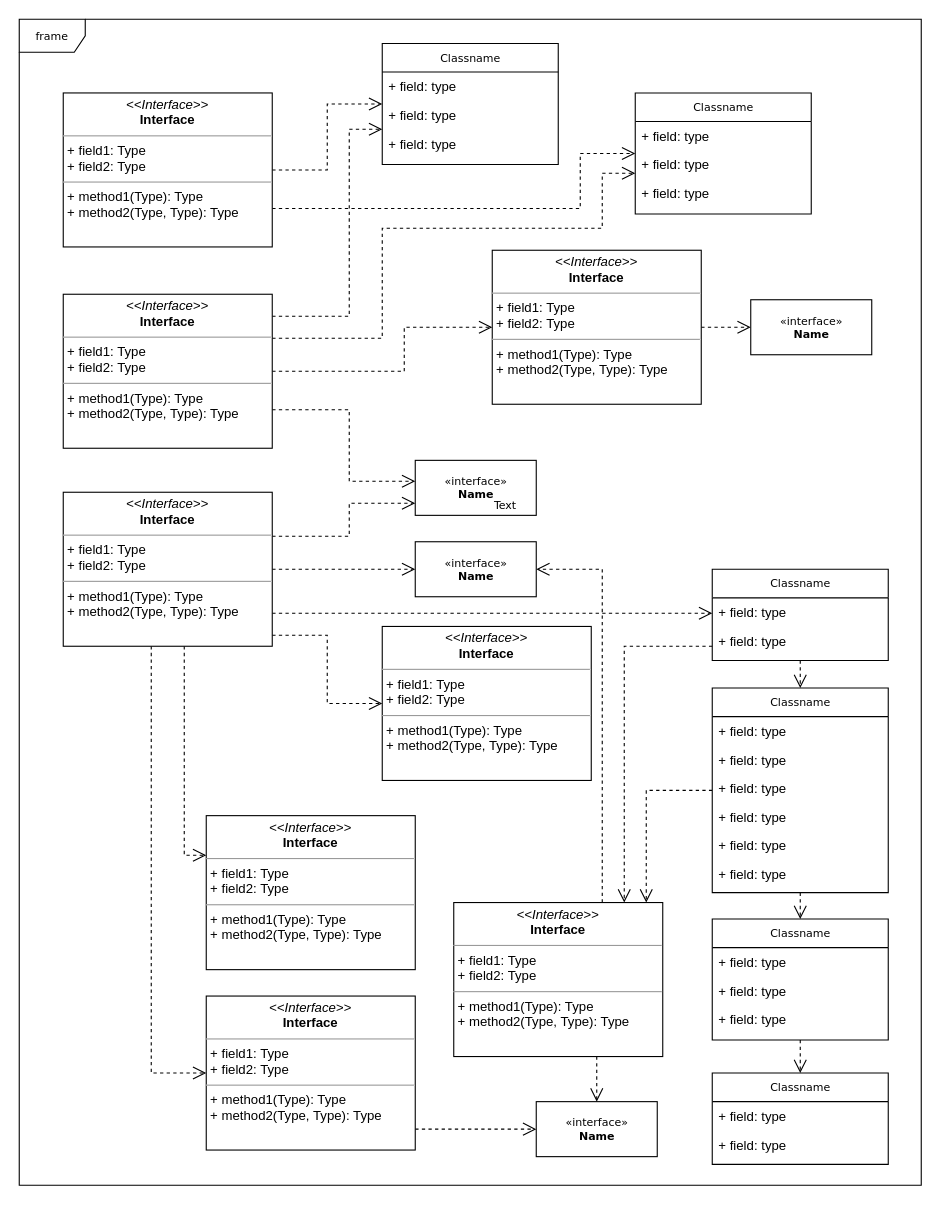
Above: Translator_Classes.drawio in freilee78/voci (draw.io), before the change. Source tidied: cells renumbered, new cells numbered last; positions are measured from the earlier drawing's top-left corner, leaving out a move shared by most shapes. Both pictures are drawn from the tidied source at 110%, with x=0, y=0 at pixel (19, 19).
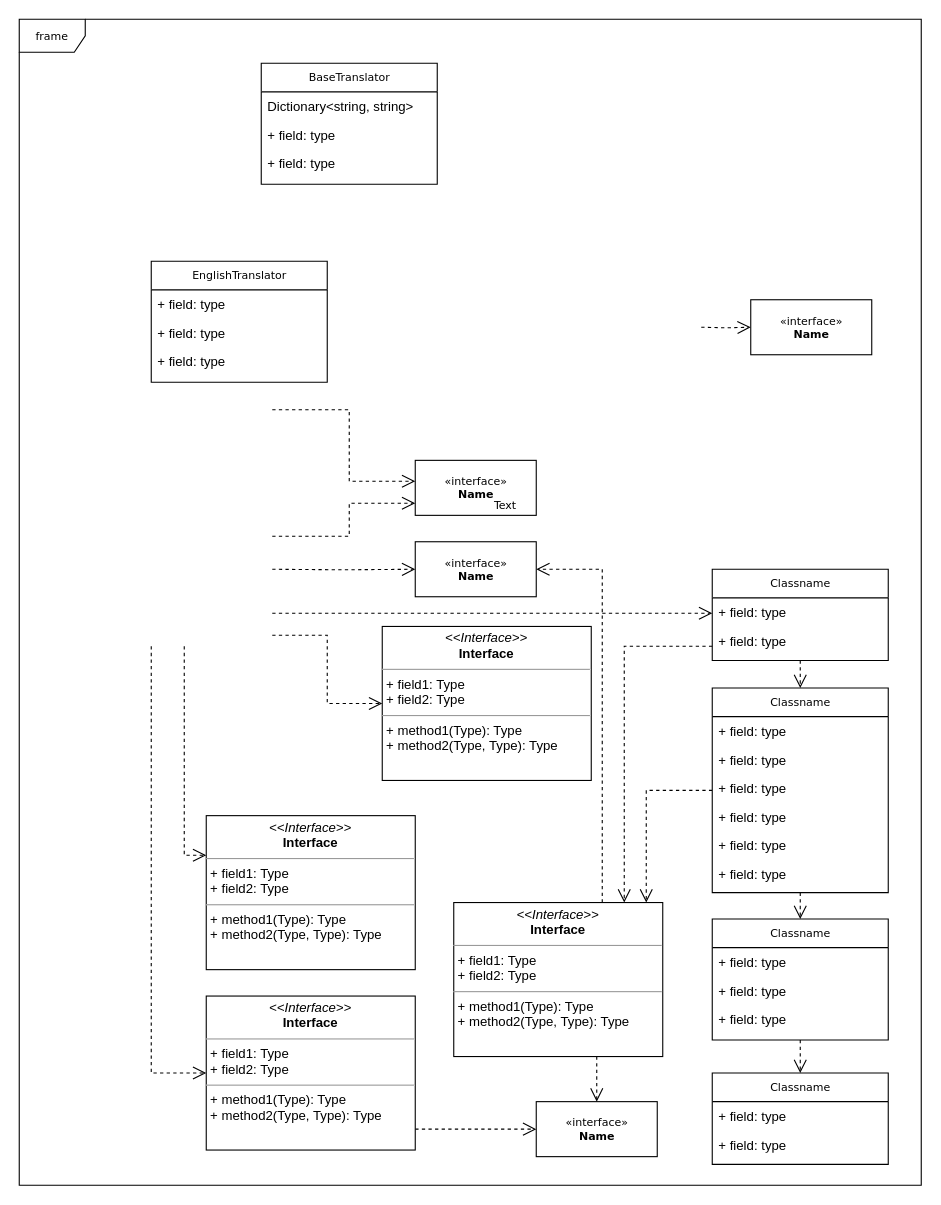
Above is the later version.

Unchanged cells that the change refers to:
```xml
<mxCell id="29" value="Classname" style="swimlane;html=1;fontStyle=0;horizontal=1;startSize=26;fillColor=none;swimlaneFillColor=#ffffff;rounded=0;shadow=0;comic=0;labelBackgroundColor=none;strokeWidth=1;fontFamily=Verdana;fontSize=10;align=center;" parent="1" vertex="1">
  <mxGeometry x="630" y="500" width="160" height="83" as="geometry" />
</mxCell>
<mxCell id="36" value="&lt;p style=&quot;margin:0px;margin-top:4px;text-align:center;&quot;&gt;&lt;i&gt;&amp;lt;&amp;lt;Interface&amp;gt;&amp;gt;&lt;/i&gt;&lt;br/&gt;&lt;b&gt;Interface&lt;/b&gt;&lt;/p&gt;&lt;hr size=&quot;1&quot;/&gt;&lt;p style=&quot;margin:0px;margin-left:4px;&quot;&gt;+ field1: Type&lt;br/&gt;+ field2: Type&lt;/p&gt;&lt;hr size=&quot;1&quot;/&gt;&lt;p style=&quot;margin:0px;margin-left:4px;&quot;&gt;+ method1(Type): Type&lt;br/&gt;+ method2(Type, Type): Type&lt;/p&gt;" style="verticalAlign=top;align=left;overflow=fill;fontSize=12;fontFamily=Helvetica;html=1;rounded=0;shadow=0;comic=0;labelBackgroundColor=none;strokeWidth=1;" parent="1" vertex="1">
  <mxGeometry x="330" y="552" width="190" height="140" as="geometry" />
</mxCell>
<mxCell id="38" value="&lt;p style=&quot;margin:0px;margin-top:4px;text-align:center;&quot;&gt;&lt;i&gt;&amp;lt;&amp;lt;Interface&amp;gt;&amp;gt;&lt;/i&gt;&lt;br/&gt;&lt;b&gt;Interface&lt;/b&gt;&lt;/p&gt;&lt;hr size=&quot;1&quot;/&gt;&lt;p style=&quot;margin:0px;margin-left:4px;&quot;&gt;+ field1: Type&lt;br/&gt;+ field2: Type&lt;/p&gt;&lt;hr size=&quot;1&quot;/&gt;&lt;p style=&quot;margin:0px;margin-left:4px;&quot;&gt;+ method1(Type): Type&lt;br/&gt;+ method2(Type, Type): Type&lt;/p&gt;" style="verticalAlign=top;align=left;overflow=fill;fontSize=12;fontFamily=Helvetica;html=1;rounded=0;shadow=0;comic=0;labelBackgroundColor=none;strokeWidth=1;" parent="1" vertex="1">
  <mxGeometry x="170" y="888" width="190" height="140" as="geometry" />
</mxCell>
<mxCell id="39" value="&lt;p style=&quot;margin:0px;margin-top:4px;text-align:center;&quot;&gt;&lt;i&gt;&amp;lt;&amp;lt;Interface&amp;gt;&amp;gt;&lt;/i&gt;&lt;br/&gt;&lt;b&gt;Interface&lt;/b&gt;&lt;/p&gt;&lt;hr size=&quot;1&quot;/&gt;&lt;p style=&quot;margin:0px;margin-left:4px;&quot;&gt;+ field1: Type&lt;br/&gt;+ field2: Type&lt;/p&gt;&lt;hr size=&quot;1&quot;/&gt;&lt;p style=&quot;margin:0px;margin-left:4px;&quot;&gt;+ method1(Type): Type&lt;br/&gt;+ method2(Type, Type): Type&lt;/p&gt;" style="verticalAlign=top;align=left;overflow=fill;fontSize=12;fontFamily=Helvetica;html=1;rounded=0;shadow=0;comic=0;labelBackgroundColor=none;strokeWidth=1;" parent="1" vertex="1">
  <mxGeometry x="170" y="724" width="190" height="140" as="geometry" />
</mxCell>
<mxCell id="40" value="&amp;laquo;interface&amp;raquo;&lt;br&gt;&lt;b&gt;Name&lt;/b&gt;" style="html=1;rounded=0;shadow=0;comic=0;labelBackgroundColor=none;strokeWidth=1;fontFamily=Verdana;fontSize=10;align=center;" parent="1" vertex="1">
  <mxGeometry x="360" y="475" width="110" height="50" as="geometry" />
</mxCell>
<mxCell id="41" value="&amp;laquo;interface&amp;raquo;&lt;br&gt;&lt;b&gt;Name&lt;/b&gt;" style="html=1;rounded=0;shadow=0;comic=0;labelBackgroundColor=none;strokeWidth=1;fontFamily=Verdana;fontSize=10;align=center;" parent="1" vertex="1">
  <mxGeometry x="360" y="401" width="110" height="50" as="geometry" />
</mxCell>
<mxCell id="45" value="&amp;laquo;interface&amp;raquo;&lt;br&gt;&lt;b&gt;Name&lt;/b&gt;" style="html=1;rounded=0;shadow=0;comic=0;labelBackgroundColor=none;strokeWidth=1;fontFamily=Verdana;fontSize=10;align=center;" parent="1" vertex="1">
  <mxGeometry x="665" y="255" width="110" height="50" as="geometry" />
</mxCell>
```

Diff of the diagram source:
```diff
@@
-    <mxCell id="12" value="Classname" style="swimlane;html=1;fontStyle=0;horizontal=1;startSize=26;fillColor=none;swimlaneFillColor=#ffffff;rounded=0;shadow=0;comic=0;labelBackgroundColor=none;strokeWidth=1;fontFamily=Verdana;fontSize=10;align=center;" parent="1" vertex="1">
-      <mxGeometry x="330" y="22" width="160" height="110" as="geometry" />
+    <mxCell id="12" value="BaseTranslator" style="swimlane;html=1;fontStyle=0;horizontal=1;startSize=26;fillColor=none;swimlaneFillColor=#ffffff;rounded=0;shadow=0;comic=0;labelBackgroundColor=none;strokeWidth=1;fontFamily=Verdana;fontSize=10;align=center;" parent="1" vertex="1">
+      <mxGeometry x="220" y="40" width="160" height="110" as="geometry" />
     </mxCell>
-    <mxCell id="13" value="+ field: type" style="text;html=1;strokeColor=none;fillColor=none;align=left;verticalAlign=top;spacingLeft=4;spacingRight=4;whiteSpace=wrap;overflow=hidden;" parent="12" vertex="1">
+    <mxCell id="13" value="Dictionary&amp;lt;string, string&amp;gt;" style="text;html=1;strokeColor=none;fillColor=none;align=left;verticalAlign=top;spacingLeft=4;spacingRight=4;whiteSpace=wrap;overflow=hidden;" parent="12" vertex="1">
       <mxGeometry y="26" width="160" height="26" as="geometry" />
     </mxCell>
@@
-    <mxCell id="16" value="Classname" style="swimlane;html=1;fontStyle=0;horizontal=1;startSize=26;fillColor=none;swimlaneFillColor=#ffffff;rounded=0;shadow=0;comic=0;labelBackgroundColor=none;strokeWidth=1;fontFamily=Verdana;fontSize=10;align=center;" parent="1" vertex="1">
-      <mxGeometry x="560" y="67" width="160" height="110" as="geometry" />
+    <mxCell id="16" value="EnglishTranslator" style="swimlane;html=1;fontStyle=0;horizontal=1;startSize=26;fillColor=none;swimlaneFillColor=#ffffff;rounded=0;shadow=0;comic=0;labelBackgroundColor=none;strokeWidth=1;fontFamily=Verdana;fontSize=10;align=center;" parent="1" vertex="1">
+      <mxGeometry x="120" y="220" width="160" height="110" as="geometry" />
     </mxCell>
@@
-    <mxCell id="42" style="edgeStyle=orthogonalEdgeStyle;rounded=0;html=1;dashed=1;labelBackgroundColor=none;startFill=0;endArrow=open;endFill=0;endSize=10;fontFamily=Verdana;fontSize=10;" parent="1" edge="1" source="43" target="45">
-      <mxGeometry relative="1" as="geometry" />
+    <mxCell id="42" style="edgeStyle=orthogonalEdgeStyle;rounded=0;html=1;dashed=1;labelBackgroundColor=none;startFill=0;endArrow=open;endFill=0;endSize=10;fontFamily=Verdana;fontSize=10;" parent="1" edge="1" target="45">
+      <mxGeometry relative="1" as="geometry">
+        <mxPoint x="620" y="280" as="sourcePoint" />
+      </mxGeometry>
     </mxCell>
-    <mxCell id="43" value="&lt;p style=&quot;margin:0px;margin-top:4px;text-align:center;&quot;&gt;&lt;i&gt;&amp;lt;&amp;lt;Interface&amp;gt;&amp;gt;&lt;/i&gt;&lt;br/&gt;&lt;b&gt;Interface&lt;/b&gt;&lt;/p&gt;&lt;hr size=&quot;1&quot;/&gt;&lt;p style=&quot;margin:0px;margin-left:4px;&quot;&gt;+ field1: Type&lt;br/&gt;+ field2: Type&lt;/p&gt;&lt;hr size=&quot;1&quot;/&gt;&lt;p style=&quot;margin:0px;margin-left:4px;&quot;&gt;+ method1(Type): Type&lt;br/&gt;+ method2(Type, Type): Type&lt;/p&gt;" style="verticalAlign=top;align=left;overflow=fill;fontSize=12;fontFamily=Helvetica;html=1;rounded=0;shadow=0;comic=0;labelBackgroundColor=none;strokeWidth=1;" parent="1" vertex="1">
-      <mxGeometry x="430" y="210" width="190" height="140" as="geometry" />
-    </mxCell>
@@
-    <mxCell id="46" style="edgeStyle=orthogonalEdgeStyle;rounded=0;html=1;labelBackgroundColor=none;startFill=0;endArrow=open;endFill=0;endSize=10;fontFamily=Verdana;fontSize=10;dashed=1;" parent="1" edge="1" source="48" target="12">
-      <mxGeometry relative="1" as="geometry" />
-    </mxCell>
-    <mxCell id="47" style="edgeStyle=orthogonalEdgeStyle;rounded=0;html=1;exitX=1;exitY=0.75;dashed=1;labelBackgroundColor=none;startFill=0;endArrow=open;endFill=0;endSize=10;fontFamily=Verdana;fontSize=10;" parent="1" edge="1" source="48" target="16">
-      <mxGeometry relative="1" as="geometry">
-        <Array as="points">
-          <mxPoint x="510" y="172" />
-          <mxPoint x="510" y="122" />
-        </Array>
-      </mxGeometry>
-    </mxCell>
-    <mxCell id="48" value="&lt;p style=&quot;margin:0px;margin-top:4px;text-align:center;&quot;&gt;&lt;i&gt;&amp;lt;&amp;lt;Interface&amp;gt;&amp;gt;&lt;/i&gt;&lt;br/&gt;&lt;b&gt;Interface&lt;/b&gt;&lt;/p&gt;&lt;hr size=&quot;1&quot;/&gt;&lt;p style=&quot;margin:0px;margin-left:4px;&quot;&gt;+ field1: Type&lt;br/&gt;+ field2: Type&lt;/p&gt;&lt;hr size=&quot;1&quot;/&gt;&lt;p style=&quot;margin:0px;margin-left:4px;&quot;&gt;+ method1(Type): Type&lt;br/&gt;+ method2(Type, Type): Type&lt;/p&gt;" style="verticalAlign=top;align=left;overflow=fill;fontSize=12;fontFamily=Helvetica;html=1;rounded=0;shadow=0;comic=0;labelBackgroundColor=none;strokeWidth=1;" parent="1" vertex="1">
-      <mxGeometry x="40" y="67" width="190" height="140" as="geometry" />
-    </mxCell>
-    <mxCell id="49" style="edgeStyle=orthogonalEdgeStyle;rounded=0;html=1;dashed=1;labelBackgroundColor=none;startFill=0;endArrow=open;endFill=0;endSize=10;fontFamily=Verdana;fontSize=10;" parent="1" edge="1" source="53" target="12">
-      <mxGeometry relative="1" as="geometry">
-        <Array as="points">
-          <mxPoint x="300" y="270" />
-          <mxPoint x="300" y="100" />
-        </Array>
-      </mxGeometry>
-    </mxCell>
-    <mxCell id="50" style="edgeStyle=orthogonalEdgeStyle;rounded=0;html=1;dashed=1;labelBackgroundColor=none;startFill=0;endArrow=open;endFill=0;endSize=10;fontFamily=Verdana;fontSize=10;" parent="1" edge="1" source="53" target="16">
-      <mxGeometry relative="1" as="geometry">
-        <Array as="points">
-          <mxPoint x="330" y="290" />
-          <mxPoint x="330" y="190" />
-          <mxPoint x="530" y="190" />
-          <mxPoint x="530" y="140" />
-        </Array>
-      </mxGeometry>
-    </mxCell>
-    <mxCell id="51" style="edgeStyle=orthogonalEdgeStyle;rounded=0;html=1;dashed=1;labelBackgroundColor=none;startFill=0;endArrow=open;endFill=0;endSize=10;fontFamily=Verdana;fontSize=10;" parent="1" edge="1" source="53" target="43">
-      <mxGeometry relative="1" as="geometry">
-        <Array as="points">
-          <mxPoint x="350" y="320" />
-          <mxPoint x="350" y="280" />
-        </Array>
-      </mxGeometry>
-    </mxCell>
-    <mxCell id="52" style="edgeStyle=orthogonalEdgeStyle;rounded=0;html=1;exitX=1;exitY=0.75;dashed=1;labelBackgroundColor=none;startFill=0;endArrow=open;endFill=0;endSize=10;fontFamily=Verdana;fontSize=10;" parent="1" edge="1" source="53" target="41">
+    <mxCell id="52" style="edgeStyle=orthogonalEdgeStyle;rounded=0;html=1;exitX=1;exitY=0.75;dashed=1;labelBackgroundColor=none;startFill=0;endArrow=open;endFill=0;endSize=10;fontFamily=Verdana;fontSize=10;" parent="1" edge="1" target="41">
       <mxGeometry relative="1" as="geometry">
+        <mxPoint x="230" y="355" as="sourcePoint" />
         <Array as="points">
           <mxPoint x="300" y="355" />
           <mxPoint x="300" y="420" />
         </Array>
       </mxGeometry>
     </mxCell>
-    <mxCell id="53" value="&lt;p style=&quot;margin:0px;margin-top:4px;text-align:center;&quot;&gt;&lt;i&gt;&amp;lt;&amp;lt;Interface&amp;gt;&amp;gt;&lt;/i&gt;&lt;br/&gt;&lt;b&gt;Interface&lt;/b&gt;&lt;/p&gt;&lt;hr size=&quot;1&quot;/&gt;&lt;p style=&quot;margin:0px;margin-left:4px;&quot;&gt;+ field1: Type&lt;br/&gt;+ field2: Type&lt;/p&gt;&lt;hr size=&quot;1&quot;/&gt;&lt;p style=&quot;margin:0px;margin-left:4px;&quot;&gt;+ method1(Type): Type&lt;br/&gt;+ method2(Type, Type): Type&lt;/p&gt;" style="verticalAlign=top;align=left;overflow=fill;fontSize=12;fontFamily=Helvetica;html=1;rounded=0;shadow=0;comic=0;labelBackgroundColor=none;strokeWidth=1;" parent="1" vertex="1">
-      <mxGeometry x="40" y="250" width="190" height="140" as="geometry" />
-    </mxCell>
-    <mxCell id="54" style="edgeStyle=orthogonalEdgeStyle;rounded=0;html=1;dashed=1;labelBackgroundColor=none;startFill=0;endArrow=open;endFill=0;endSize=10;fontFamily=Verdana;fontSize=10;" parent="1" edge="1" source="60" target="41">
+    <mxCell id="54" style="edgeStyle=orthogonalEdgeStyle;rounded=0;html=1;dashed=1;labelBackgroundColor=none;startFill=0;endArrow=open;endFill=0;endSize=10;fontFamily=Verdana;fontSize=10;" parent="1" edge="1" target="41">
       <mxGeometry relative="1" as="geometry">
+        <mxPoint x="230" y="470" as="sourcePoint" />
         <Array as="points">
           <mxPoint x="300" y="470" />
           <mxPoint x="300" y="440" />
         </Array>
       </mxGeometry>
     </mxCell>
-    <mxCell id="55" style="edgeStyle=orthogonalEdgeStyle;rounded=0;html=1;dashed=1;labelBackgroundColor=none;startFill=0;endArrow=open;endFill=0;endSize=10;fontFamily=Verdana;fontSize=10;" parent="1" edge="1" source="60" target="40">
-      <mxGeometry relative="1" as="geometry" />
+    <mxCell id="55" style="edgeStyle=orthogonalEdgeStyle;rounded=0;html=1;dashed=1;labelBackgroundColor=none;startFill=0;endArrow=open;endFill=0;endSize=10;fontFamily=Verdana;fontSize=10;" parent="1" edge="1" target="40">
+      <mxGeometry relative="1" as="geometry">
+        <mxPoint x="230" y="500" as="sourcePoint" />
+      </mxGeometry>
     </mxCell>
-    <mxCell id="56" style="edgeStyle=orthogonalEdgeStyle;rounded=0;html=1;dashed=1;labelBackgroundColor=none;startFill=0;endArrow=open;endFill=0;endSize=10;fontFamily=Verdana;fontSize=10;" parent="1" edge="1" source="60" target="36">
+    <mxCell id="56" style="edgeStyle=orthogonalEdgeStyle;rounded=0;html=1;dashed=1;labelBackgroundColor=none;startFill=0;endArrow=open;endFill=0;endSize=10;fontFamily=Verdana;fontSize=10;" parent="1" edge="1" target="36">
       <mxGeometry relative="1" as="geometry">
+        <mxPoint x="230" y="560" as="sourcePoint" />
         <Array as="points">
           <mxPoint x="280" y="560" />
           <mxPoint x="280" y="622" />
         </Array>
       </mxGeometry>
     </mxCell>
-    <mxCell id="57" style="edgeStyle=orthogonalEdgeStyle;rounded=0;html=1;dashed=1;labelBackgroundColor=none;startFill=0;endArrow=open;endFill=0;endSize=10;fontFamily=Verdana;fontSize=10;" parent="1" edge="1" source="60" target="29">
+    <mxCell id="57" style="edgeStyle=orthogonalEdgeStyle;rounded=0;html=1;dashed=1;labelBackgroundColor=none;startFill=0;endArrow=open;endFill=0;endSize=10;fontFamily=Verdana;fontSize=10;" parent="1" edge="1" target="29">
       <mxGeometry relative="1" as="geometry">
+        <mxPoint x="230" y="540" as="sourcePoint" />
         <Array as="points">
           <mxPoint x="330" y="540" />
           <mxPoint x="330" y="540" />
         </Array>
       </mxGeometry>
     </mxCell>
-    <mxCell id="58" style="edgeStyle=orthogonalEdgeStyle;rounded=0;html=1;dashed=1;labelBackgroundColor=none;startFill=0;endArrow=open;endFill=0;endSize=10;fontFamily=Verdana;fontSize=10;" parent="1" edge="1" source="60" target="39">
+    <mxCell id="58" style="edgeStyle=orthogonalEdgeStyle;rounded=0;html=1;dashed=1;labelBackgroundColor=none;startFill=0;endArrow=open;endFill=0;endSize=10;fontFamily=Verdana;fontSize=10;" parent="1" edge="1" target="39">
       <mxGeometry relative="1" as="geometry">
+        <mxPoint x="150" y="570" as="sourcePoint" />
         <Array as="points">
           <mxPoint x="150" y="760" />
         </Array>
       </mxGeometry>
     </mxCell>
-    <mxCell id="59" style="edgeStyle=orthogonalEdgeStyle;rounded=0;html=1;dashed=1;labelBackgroundColor=none;startFill=0;endArrow=open;endFill=0;endSize=10;fontFamily=Verdana;fontSize=10;" parent="1" edge="1" source="60" target="38">
+    <mxCell id="59" style="edgeStyle=orthogonalEdgeStyle;rounded=0;html=1;dashed=1;labelBackgroundColor=none;startFill=0;endArrow=open;endFill=0;endSize=10;fontFamily=Verdana;fontSize=10;" parent="1" edge="1" target="38">
       <mxGeometry relative="1" as="geometry">
+        <mxPoint x="120" y="570" as="sourcePoint" />
         <Array as="points">
           <mxPoint x="120" y="958" />
         </Array>
       </mxGeometry>
     </mxCell>
-    <mxCell id="60" value="&lt;p style=&quot;margin:0px;margin-top:4px;text-align:center;&quot;&gt;&lt;i&gt;&amp;lt;&amp;lt;Interface&amp;gt;&amp;gt;&lt;/i&gt;&lt;br/&gt;&lt;b&gt;Interface&lt;/b&gt;&lt;/p&gt;&lt;hr size=&quot;1&quot;/&gt;&lt;p style=&quot;margin:0px;margin-left:4px;&quot;&gt;+ field1: Type&lt;br/&gt;+ field2: Type&lt;/p&gt;&lt;hr size=&quot;1&quot;/&gt;&lt;p style=&quot;margin:0px;margin-left:4px;&quot;&gt;+ method1(Type): Type&lt;br/&gt;+ method2(Type, Type): Type&lt;/p&gt;" style="verticalAlign=top;align=left;overflow=fill;fontSize=12;fontFamily=Helvetica;html=1;rounded=0;shadow=0;comic=0;labelBackgroundColor=none;strokeWidth=1;" parent="1" vertex="1">
-      <mxGeometry x="40" y="430" width="190" height="140" as="geometry" />
-    </mxCell>
```
